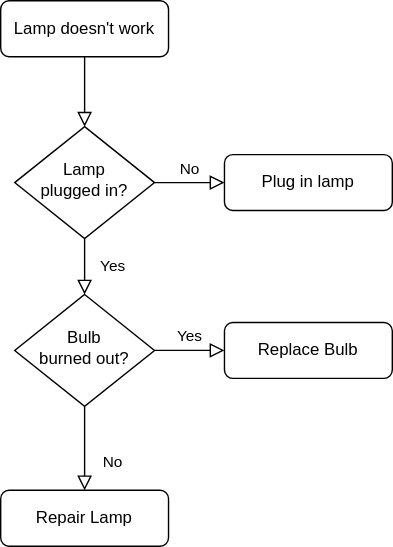
Above: diagram draw io.drawio.svg in ProkopVasak/diagrams.net (draw.io), before the change. Source tidied: cells renumbered, new cells last; positions are measured from the earlier drawing's top-left corner, leaving out a move shared by most shapes.
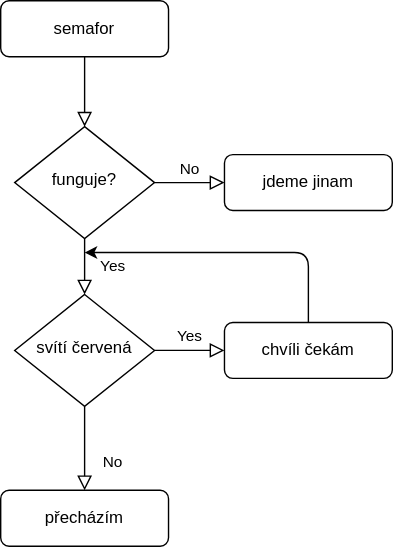
After the commit.

Commit message:
draw io semafor

Change to the diagram source:
```diff
@@ -5,7 +5,7 @@
     <mxCell id="2" style="rounded=0;html=1;jettySize=auto;fontSize=11;endArrow=block;endFill=0;endSize=8;strokeWidth=1;shadow=0;labelBackgroundColor=none;edgeStyle=orthogonalEdgeStyle;" parent="1" edge="1" source="3" target="6">
       <mxGeometry relative="1" as="geometry" />
     </mxCell>
-    <mxCell id="3" value="Lamp doesn't work" style="rounded=1;whiteSpace=wrap;html=1;fontSize=12;glass=0;strokeWidth=1;shadow=0;" parent="1" vertex="1">
+    <mxCell id="3" value="semafor" style="rounded=1;whiteSpace=wrap;html=1;fontSize=12;glass=0;strokeWidth=1;shadow=0;" parent="1" vertex="1">
       <mxGeometry width="120" height="40" as="geometry" />
     </mxCell>
     <mxCell id="4" value="Yes" style="rounded=0;html=1;jettySize=auto;fontSize=11;endArrow=block;endFill=0;endSize=8;strokeWidth=1;shadow=0;labelBackgroundColor=none;edgeStyle=orthogonalEdgeStyle;" parent="1" edge="1" source="6" target="10">
@@ -14,10 +14,10 @@
     <mxCell id="5" value="No" style="edgeStyle=orthogonalEdgeStyle;rounded=0;html=1;jettySize=auto;fontSize=11;endArrow=block;endFill=0;endSize=8;strokeWidth=1;shadow=0;labelBackgroundColor=none;" parent="1" edge="1" source="6" target="7">
       <mxGeometry y="10" relative="1" as="geometry" />
     </mxCell>
-    <mxCell id="6" value="Lamp&lt;br&gt;plugged in?" style="rhombus;whiteSpace=wrap;html=1;shadow=0;fontFamily=Helvetica;fontSize=12;align=center;strokeWidth=1;spacing=6;spacingTop=-4;" parent="1" vertex="1">
+    <mxCell id="6" value="funguje?" style="rhombus;whiteSpace=wrap;html=1;shadow=0;fontFamily=Helvetica;fontSize=12;align=center;strokeWidth=1;spacing=6;spacingTop=-4;" parent="1" vertex="1">
       <mxGeometry x="10" y="90" width="100" height="80" as="geometry" />
     </mxCell>
-    <mxCell id="7" value="Plug in lamp" style="rounded=1;whiteSpace=wrap;html=1;fontSize=12;glass=0;strokeWidth=1;shadow=0;" parent="1" vertex="1">
+    <mxCell id="7" value="jdeme jinam" style="rounded=1;whiteSpace=wrap;html=1;fontSize=12;glass=0;strokeWidth=1;shadow=0;" parent="1" vertex="1">
       <mxGeometry x="160" y="110" width="120" height="40" as="geometry" />
     </mxCell>
     <mxCell id="8" value="No" style="rounded=0;html=1;jettySize=auto;fontSize=11;endArrow=block;endFill=0;endSize=8;strokeWidth=1;shadow=0;labelBackgroundColor=none;edgeStyle=orthogonalEdgeStyle;" parent="1" edge="1" source="10" target="11">
@@ -26,14 +26,22 @@
     <mxCell id="9" value="Yes" style="edgeStyle=orthogonalEdgeStyle;rounded=0;html=1;jettySize=auto;fontSize=11;endArrow=block;endFill=0;endSize=8;strokeWidth=1;shadow=0;labelBackgroundColor=none;" parent="1" edge="1" source="10" target="12">
       <mxGeometry y="10" relative="1" as="geometry" />
     </mxCell>
-    <mxCell id="10" value="Bulb&lt;br&gt;burned out?" style="rhombus;whiteSpace=wrap;html=1;shadow=0;fontFamily=Helvetica;fontSize=12;align=center;strokeWidth=1;spacing=6;spacingTop=-4;" parent="1" vertex="1">
+    <mxCell id="10" value="svítí červená" style="rhombus;whiteSpace=wrap;html=1;shadow=0;fontFamily=Helvetica;fontSize=12;align=center;strokeWidth=1;spacing=6;spacingTop=-4;" parent="1" vertex="1">
       <mxGeometry x="10" y="210" width="100" height="80" as="geometry" />
     </mxCell>
-    <mxCell id="11" value="Repair Lamp" style="rounded=1;whiteSpace=wrap;html=1;fontSize=12;glass=0;strokeWidth=1;shadow=0;" parent="1" vertex="1">
+    <mxCell id="11" value="přecházím" style="rounded=1;whiteSpace=wrap;html=1;fontSize=12;glass=0;strokeWidth=1;shadow=0;" parent="1" vertex="1">
       <mxGeometry y="350" width="120" height="40" as="geometry" />
     </mxCell>
-    <mxCell id="12" value="Replace Bulb" style="rounded=1;whiteSpace=wrap;html=1;fontSize=12;glass=0;strokeWidth=1;shadow=0;" parent="1" vertex="1">
+    <mxCell id="12" value="chvíli čekám" style="rounded=1;whiteSpace=wrap;html=1;fontSize=12;glass=0;strokeWidth=1;shadow=0;" parent="1" vertex="1">
       <mxGeometry x="160" y="230" width="120" height="40" as="geometry" />
     </mxCell>
+    <mxCell id="13" style="endArrow=classic;html=1;exitX=0.5;exitY=0;exitDx=0;exitDy=0;" parent="1" edge="1" source="12">
+      <mxGeometry relative="1" as="geometry">
+        <mxPoint x="60" y="180" as="targetPoint" />
+        <Array as="points">
+          <mxPoint x="220" y="180" />
+        </Array>
+      </mxGeometry>
+    </mxCell>
   </root>
 </mxGraphModel>
```
